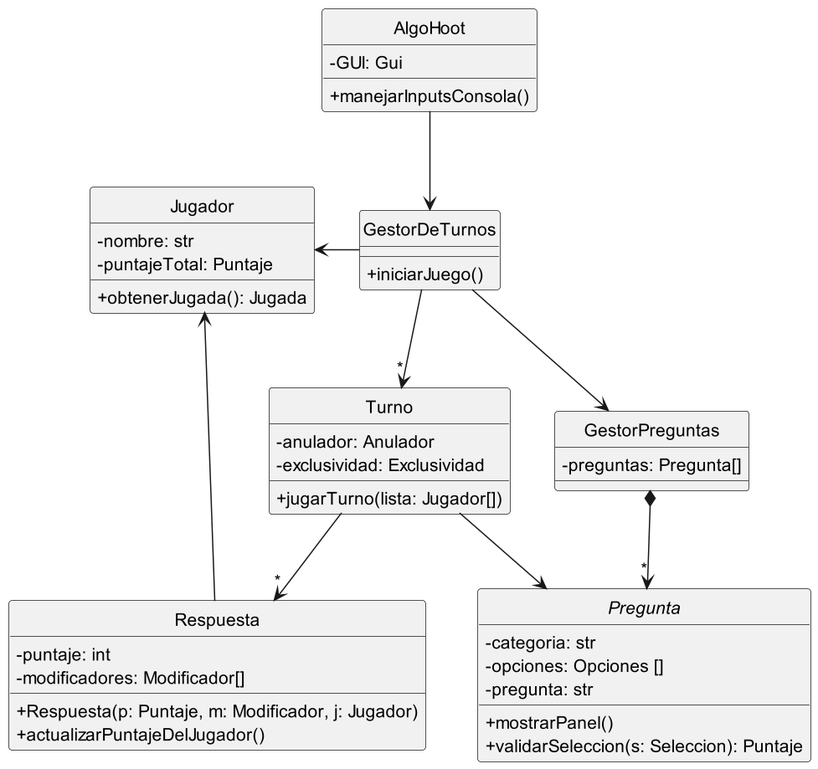
Earlier version of the PlantUML export diagrams/classes/entrega0/clasesGenerales.png (fiuba/algo3_proyecto_base_tp2).
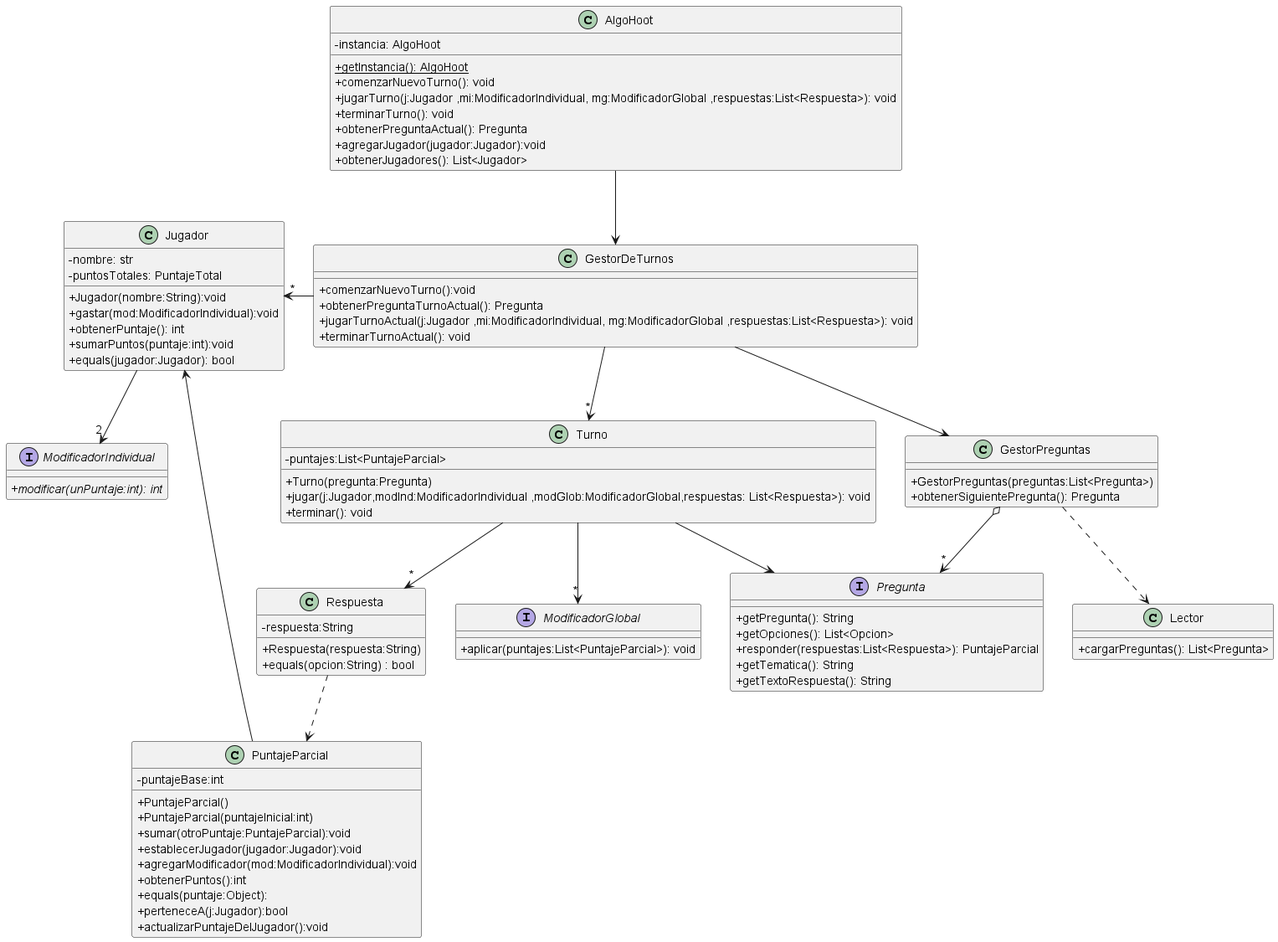
After the commit.

Commit message:
Modificando diagrama de clases general

Change to the diagram source:
```diff
@@ -1,57 +1,100 @@
 @startuml clasesGenerales
 
-skinparam monochrome true
-hide circle
+skinparam monochrome false
 skinparam classAttributeIconSize 0
 
-Abstract Pregunta {
-    - categoria: str
-    - opciones: Opciones []
-    - pregunta: str
-    + mostrarPanel()
-    + validarSeleccion(s: Seleccion): Puntaje
+interface Pregunta {
+    + getPregunta(): String
+    + getOpciones(): List<Opcion>
+    + responder(respuestas:List<Respuesta>): PuntajeParcial
+    + getTematica(): String
+    + getTextoRespuesta(): String
 }
 
 class GestorDeTurnos {
-    + iniciarJuego()
+    +comenzarNuevoTurno():void
+    +obtenerPreguntaTurnoActual(): Pregunta
+    +jugarTurnoActual(j:Jugador ,mi:ModificadorIndividual, mg:ModificadorGlobal ,respuestas:List<Respuesta>): void
+    +terminarTurnoActual(): void
 }
 
 class Turno {
-    - anulador: Anulador
-    - exclusividad: Exclusividad
-    + jugarTurno(lista: Jugador[])
+    - puntajes:List<PuntajeParcial>
+    + Turno(pregunta:Pregunta)
+    + jugar(j:Jugador,modInd:ModificadorIndividual ,modGlob:ModificadorGlobal,respuestas: List<Respuesta>): void
+    + terminar(): void
 }
 
 class GestorPreguntas {
-    - preguntas: Pregunta[]
+    +GestorPreguntas(preguntas:List<Pregunta>)
+    +obtenerSiguientePregunta(): Pregunta
 }
 
 class Jugador {
     - nombre: str
-    - puntajeTotal: Puntaje
-    + obtenerJugada(): Jugada
-
+    - puntosTotales: PuntajeTotal
+    + Jugador(nombre:String):void
+    + gastar(mod:ModificadorIndividual):void
+    + obtenerPuntaje(): int
+    + sumarPuntos(puntaje:int):void
+    + equals(jugador:Jugador): bool
 }
 
 class Respuesta {
-    - puntaje: int
-    - modificadores: Modificador[]
-    + Respuesta(p: Puntaje, m: Modificador, j: Jugador)
-    + actualizarPuntajeDelJugador()
+    - respuesta:String
+    + Respuesta(respuesta:String)
+    + equals(opcion:String) : bool
 }
 
 class AlgoHoot {
-    - GUI: Gui
-    + manejarInputsConsola()
+    - instancia: AlgoHoot
+    + {static}getInstancia(): AlgoHoot
+    + comenzarNuevoTurno(): void
+    + jugarTurno(j:Jugador ,mi:ModificadorIndividual, mg:ModificadorGlobal ,respuestas:List<Respuesta>): void
+    + terminarTurno(): void
+    + obtenerPreguntaActual(): Pregunta
+    + agregarJugador(jugador:Jugador):void
+    + obtenerJugadores(): List<Jugador>
 }
 
-Jugador <- GestorDeTurnos
+class Lector{
+    +cargarPreguntas(): List<Pregunta>
+}
+
+interface ModificadorIndividual{
+    + {abstract} modificar(unPuntaje:int): int
+}
+
+interface ModificadorGlobal{
+    +aplicar(puntajes:List<PuntajeParcial>): void
+}
+
+class PuntajeParcial{
+    -puntajeBase:int
+    +PuntajeParcial()
+    +PuntajeParcial(puntajeInicial:int)
+    +sumar(otroPuntaje:PuntajeParcial):void
+    +establecerJugador(jugador:Jugador):void
+    +agregarModificador(mod:ModificadorIndividual):void
+    +obtenerPuntos():int
+    +equals(puntaje:Object):
+    +perteneceA(j:Jugador):bool
+    +actualizarPuntajeDelJugador():void
+}
+
+
 GestorDeTurnos -down-> GestorPreguntas
 GestorDeTurnos -down-> "*" Turno
-GestorPreguntas *-->"*" Pregunta
+GestorPreguntas o-->"*" Pregunta
+GestorPreguntas ..> Lector
 Turno --> Pregunta
 Turno --> "*" Respuesta
-Respuesta --> Jugador
 AlgoHoot --> GestorDeTurnos
+GestorDeTurnos -left->"*" Jugador
+PuntajeParcial --> Jugador
+Respuesta ..> PuntajeParcial
+
+Jugador --> "2" ModificadorIndividual
+Turno -->"*" ModificadorGlobal
 
 @enduml
```
